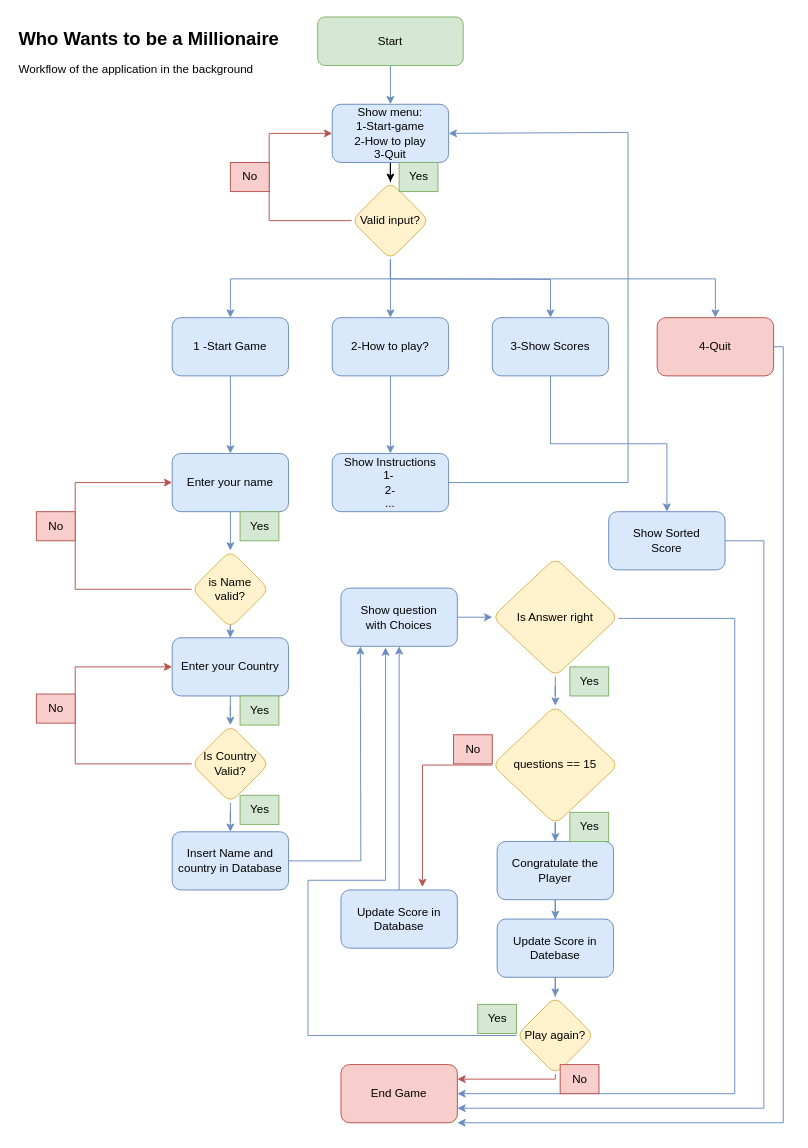
This is assets/README/who_wants_to_be_a_millionaire.drawio from AlAliMazen/who-wants-to-be-a-millionair, a draw.io file, before an edit. Source tidied: cells renumbered, new cells numbered last; positions are measured from the earlier drawing's top-left corner, leaving out a move shared by most shapes. Both pictures are drawn from the tidied source at 97%, with x=0, y=0 at pixel (16, 16).
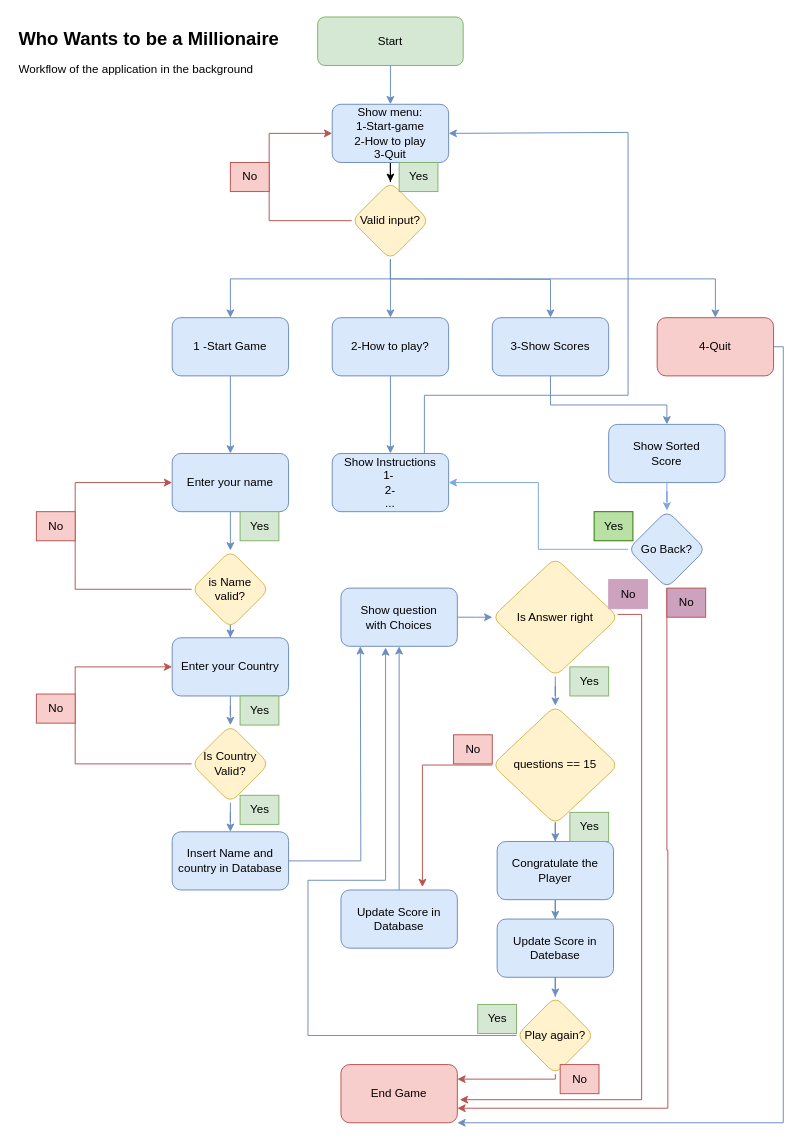
Above is the later version.

Unchanged cells that the change refers to:
```xml
<mxCell id="5" value="Show menu:&lt;br&gt;1-Start-game&lt;br&gt;2-How to play&lt;br&gt;3-Quit" style="whiteSpace=wrap;html=1;rounded=1;fillColor=#dae8fc;strokeColor=#6c8ebf;fontColor=#000000;" parent="1" vertex="1">
  <mxGeometry x="325" y="90" width="120" height="60" as="geometry" />
</mxCell>
<mxCell id="18" value="3-Show Scores" style="whiteSpace=wrap;html=1;rounded=1;fillColor=#dae8fc;strokeColor=#6c8ebf;fontColor=#000000;" parent="1" vertex="1">
  <mxGeometry x="490" y="310" width="120" height="60" as="geometry" />
</mxCell>
<mxCell id="20" value="Show Instructions&lt;br&gt;1-&amp;nbsp;&lt;br&gt;2-&lt;br&gt;..." style="whiteSpace=wrap;html=1;rounded=1;fillColor=#dae8fc;strokeColor=#6c8ebf;fontColor=#000000;" parent="1" vertex="1">
  <mxGeometry x="325" y="450" width="120" height="60" as="geometry" />
</mxCell>
<mxCell id="41" value="Is Answer right" style="rhombus;whiteSpace=wrap;html=1;rounded=1;fillColor=#fff2cc;strokeColor=#d6b656;fontColor=#000000;" parent="1" vertex="1">
  <mxGeometry x="490" y="557.6" width="130" height="122.3" as="geometry" />
</mxCell>
<mxCell id="54" value="End Game" style="whiteSpace=wrap;html=1;rounded=1;fillColor=#f8cecc;strokeColor=#b85450;fontColor=#000000;" parent="1" vertex="1">
  <mxGeometry x="334" y="1080" width="120" height="60" as="geometry" />
</mxCell>
```

Change to the diagram source:
```diff
@@
     <mxCell id="17" style="edgeStyle=orthogonalEdgeStyle;rounded=0;jettySize=auto;html=1;fillColor=#dae8fc;strokeColor=#6c8ebf;" parent="1" edge="1" source="18" target="66">
-      <mxGeometry relative="1" as="geometry" />
+      <mxGeometry relative="1" as="geometry">
+        <Array as="points">
+          <mxPoint x="550" y="400" />
+          <mxPoint x="670" y="400" />
+        </Array>
+      </mxGeometry>
     </mxCell>
@@
     <mxCell id="19" style="edgeStyle=orthogonalEdgeStyle;rounded=0;jettySize=auto;html=1;entryX=1;entryY=0.5;entryDx=0;entryDy=0;fillColor=#dae8fc;strokeColor=#6c8ebf;" parent="1" edge="1" source="20" target="5">
       <mxGeometry relative="1" as="geometry">
         <Array as="points">
-          <mxPoint x="630" y="480" />
+          <mxPoint x="420" y="390" />
+          <mxPoint x="630" y="390" />
           <mxPoint x="630" y="119" />
-          <mxPoint x="445" y="119" />
         </Array>
       </mxGeometry>
     </mxCell>
@@
+    <mxCell id="67" style="edgeStyle=orthogonalEdgeStyle;rounded=0;jettySize=auto;html=1;entryX=1;entryY=0.75;entryDx=0;entryDy=0;exitX=0.994;exitY=0.477;exitDx=0;exitDy=0;exitPerimeter=0;strokeColor=#B85450;" parent="1" edge="1" source="41">
+      <mxGeometry relative="1" as="geometry">
+        <mxPoint x="456.5" y="1116.2" as="targetPoint" />
+        <Array as="points">
+          <mxPoint x="644" y="616" />
+          <mxPoint x="644" y="1116" />
+        </Array>
+      </mxGeometry>
+    </mxCell>
@@
-    <mxCell id="57" style="endArrow=classic;html=1;rounded=0;entryX=1;entryY=0.5;entryDx=0;entryDy=0;fillColor=#dae8fc;strokeColor=#6c8ebf;" parent="1" edge="1" target="54">
-      <mxGeometry relative="1" as="geometry">
-        <mxPoint x="620" y="620" as="sourcePoint" />
-        <Array as="points">
-          <mxPoint x="740" y="620" />
-          <mxPoint x="740" y="1110" />
-        </Array>
-      </mxGeometry>
-    </mxCell>
@@
-    <mxCell id="65" style="edgeStyle=orthogonalEdgeStyle;rounded=0;jettySize=auto;html=1;entryX=1;entryY=0.75;entryDx=0;entryDy=0;fillColor=#dae8fc;strokeColor=#6c8ebf;" parent="1" edge="1" source="66" target="54">
-      <mxGeometry relative="1" as="geometry">
-        <Array as="points">
-          <mxPoint x="770" y="540" />
-          <mxPoint x="770" y="1125" />
-        </Array>
-      </mxGeometry>
-    </mxCell>
+    <mxCell id="68" style="edgeStyle=orthogonalEdgeStyle;rounded=0;jettySize=auto;html=1;strokeColor=#7EA6E0;" parent="1" edge="1" source="66" target="71">
+      <mxGeometry relative="1" as="geometry" />
+    </mxCell>
     <mxCell id="66" value="Show Sorted&lt;br&gt;Score" style="whiteSpace=wrap;html=1;fillColor=#dae8fc;strokeColor=#6c8ebf;rounded=1;fontColor=#000000;" parent="1" vertex="1">
-      <mxGeometry x="610" y="510" width="120" height="60" as="geometry" />
+      <mxGeometry x="610" y="420" width="120" height="60" as="geometry" />
     </mxCell>
+    <mxCell id="69" style="edgeStyle=orthogonalEdgeStyle;rounded=0;jettySize=auto;html=1;entryX=1;entryY=0.5;entryDx=0;entryDy=0;strokeColor=#7EA6E0;" parent="1" edge="1" source="71" target="20">
+      <mxGeometry relative="1" as="geometry" />
+    </mxCell>
+    <mxCell id="70" style="edgeStyle=orthogonalEdgeStyle;rounded=0;jettySize=auto;html=1;entryX=1;entryY=0.75;entryDx=0;entryDy=0;fillColor=#d80073;strokeColor=#B85450;" parent="1" edge="1" source="71" target="54">
+      <mxGeometry relative="1" as="geometry">
+        <Array as="points">
+          <mxPoint x="670" y="859" />
+          <mxPoint x="671" y="859" />
+          <mxPoint x="671" y="1125" />
+        </Array>
+      </mxGeometry>
+    </mxCell>
+    <mxCell id="71" value="Go Back?" style="rhombus;whiteSpace=wrap;html=1;fillColor=#dae8fc;strokeColor=#6c8ebf;fontColor=#000000;rounded=1;" parent="1" vertex="1">
+      <mxGeometry x="630" y="508.8" width="80" height="80" as="geometry" />
+    </mxCell>
+    <mxCell id="72" value="Yes" style="text;html=1;align=center;verticalAlign=middle;strokeColor=#2D7600;fillColor=#B9E0A5;fontColor=#000000;" parent="1" vertex="1">
+      <mxGeometry x="595" y="510" width="40" height="30" as="geometry" />
+    </mxCell>
+    <mxCell id="73" value="No" style="text;html=1;align=center;verticalAlign=middle;strokeColor=#B85450;fillColor=#CDA2BE;fontColor=#000000;" parent="1" vertex="1">
+      <mxGeometry x="670" y="588.8" width="40" height="30" as="geometry" />
+    </mxCell>
+    <mxCell id="74" value="No" style="text;html=1;align=center;verticalAlign=middle;strokeColor=#CDA2BE;fillColor=#CDA2BE;fontColor=#000000;" parent="1" vertex="1">
+      <mxGeometry x="610" y="580" width="40" height="30" as="geometry" />
+    </mxCell>
```
